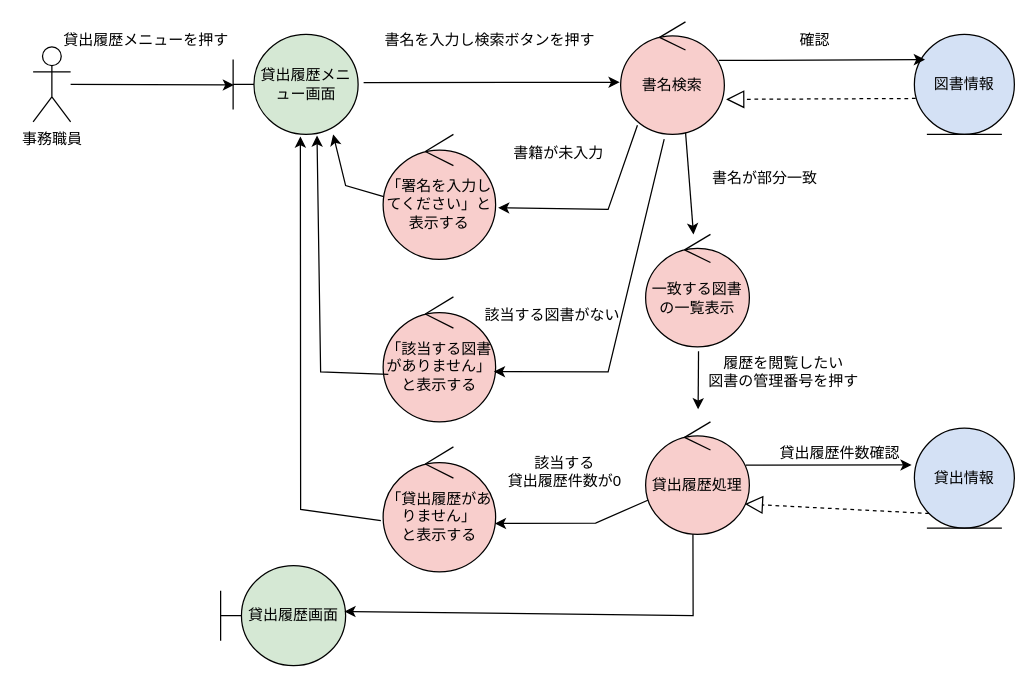
ko246/ohara_uml keeps this draw.io diagram as group/単位認定試験第2回/コード/ロバストネス図/roba_04_History.drawio. Above is the earlier version. Source tidied: cells renumbered, new cells numbered last; positions are measured from the earlier drawing's top-left corner, leaving out a move shared by most shapes. Both pictures are drawn from the tidied source at 125%, with x=0, y=0 at pixel (32, 21).
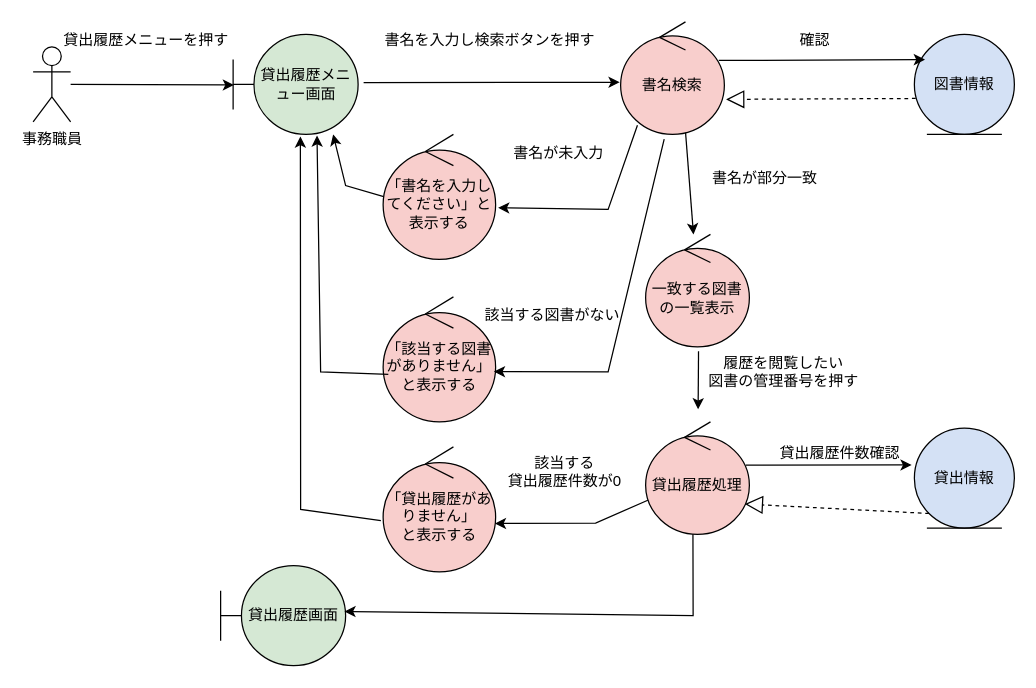
After the change.

What changed in the source:
```diff
@@
-    <mxCell id="14" value="「署名を入力してください」と表示する" style="ellipse;shape=umlControl;whiteSpace=wrap;html=1;fillColor=#F8CECC;" parent="1" vertex="1">
+    <mxCell id="14" value="「書名を入力してください」と表示する" style="ellipse;shape=umlControl;whiteSpace=wrap;html=1;fillColor=#F8CECC;" parent="1" vertex="1">
       <mxGeometry x="280" y="90" width="90" height="100" as="geometry" />
     </mxCell>
@@
-    <mxCell id="22" value="書籍が未入力" style="text;html=1;align=center;verticalAlign=middle;strokeColor=none;fillColor=none;" parent="1" vertex="1">
+    <mxCell id="22" value="書名が未入力" style="text;html=1;align=center;verticalAlign=middle;strokeColor=none;fillColor=none;" parent="1" vertex="1">
       <mxGeometry x="370" y="90" width="100" height="30" as="geometry" />
     </mxCell>
```
